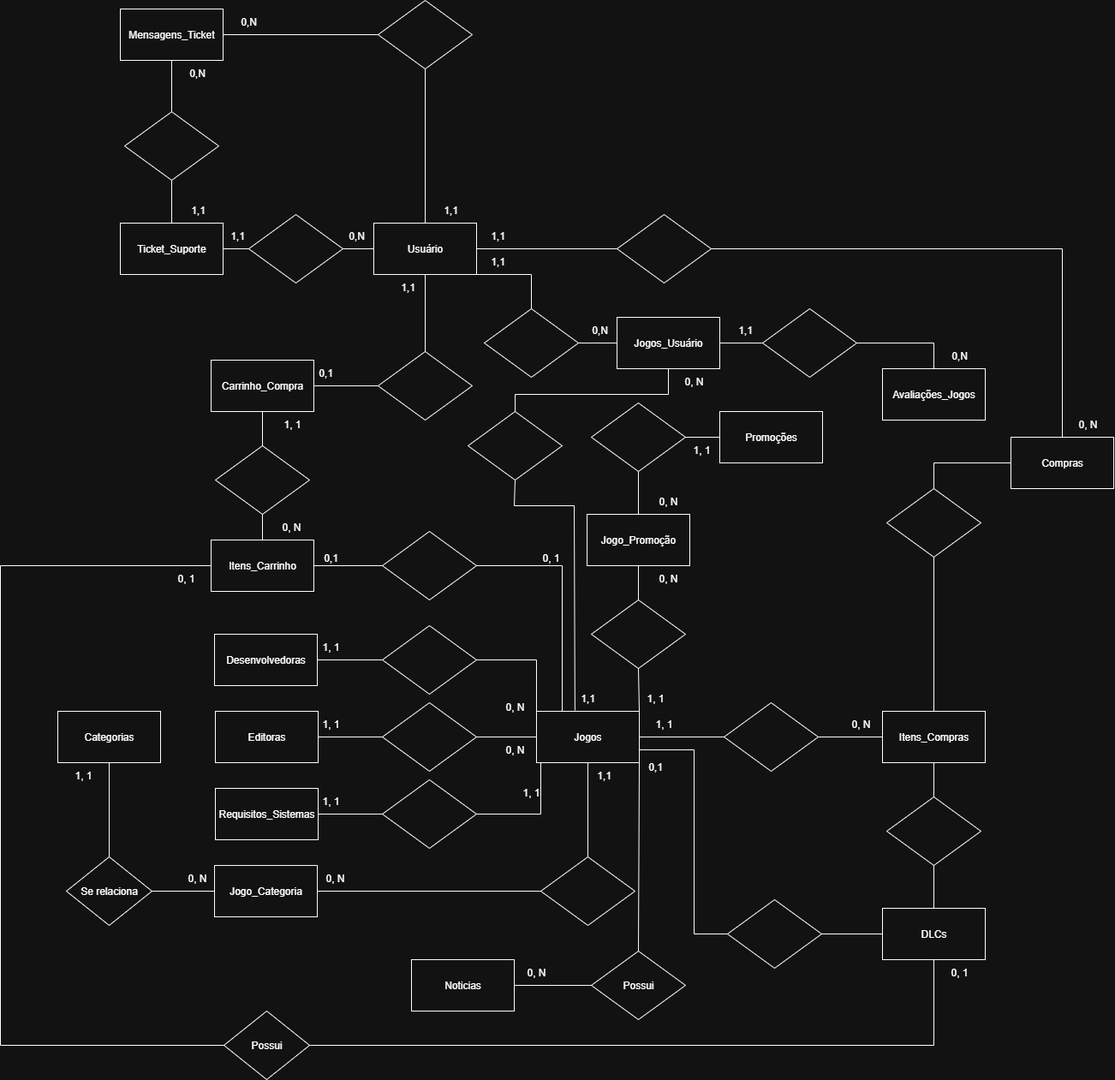
Before: modelo_conceitual/ModeloConceitual.drawio.png, a diagram exported from draw.io (jorgecoutinhobr/trabalho-bd-2). Source tidied: cells renumbered, new cells last; positions are measured from the earlier drawing's top-left corner, leaving out a move shared by most shapes.
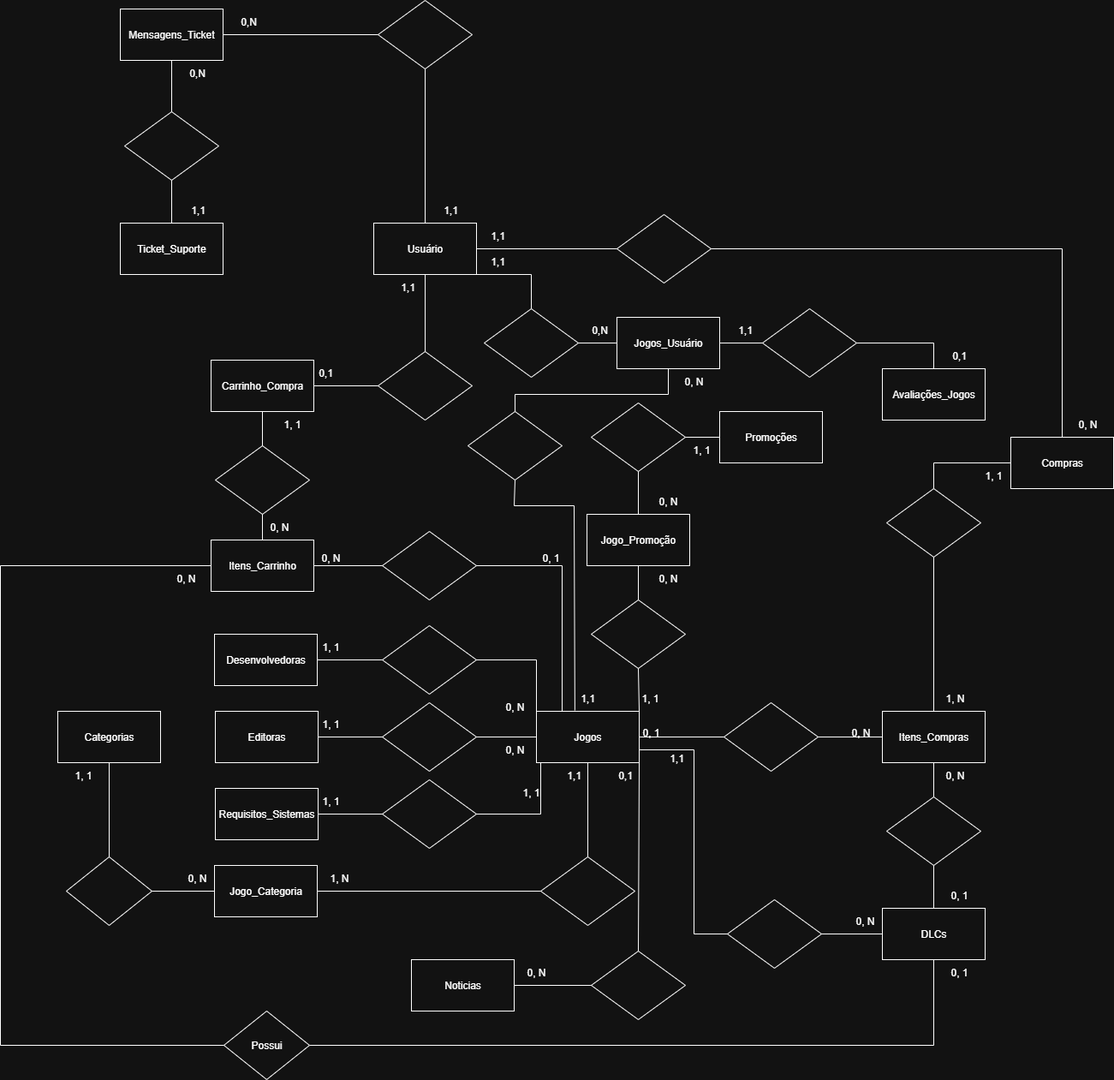
Later version of the same file.

Commit message:
Update modelo conceitual

What changed in the source:
```diff
@@ -124,13 +124,13 @@
     <mxCell id="39" style="endArrow=none;html=1;rounded=0;entryX=0.5;entryY=1;entryDx=0;entryDy=0;exitX=0.5;exitY=0;exitDx=0;exitDy=0;" parent="1" edge="1" source="9" target="36">
       <mxGeometry relative="1" as="geometry" />
     </mxCell>
-    <mxCell id="40" value="0, N" style="text;strokeColor=none;align=center;fillColor=none;html=1;verticalAlign=middle;whiteSpace=wrap;rounded=0;" parent="1" vertex="1">
-      <mxGeometry x="361" y="1010" width="60" height="30" as="geometry" />
+    <mxCell id="40" value="1, N" style="text;strokeColor=none;align=center;fillColor=none;html=1;verticalAlign=middle;whiteSpace=wrap;rounded=0;" parent="1" vertex="1">
+      <mxGeometry x="366" y="1010" width="60" height="30" as="geometry" />
     </mxCell>
     <mxCell id="41" value="1,1" style="text;strokeColor=none;align=center;fillColor=none;html=1;verticalAlign=middle;whiteSpace=wrap;rounded=0;" parent="1" vertex="1">
-      <mxGeometry x="675" y="890" width="60" height="30" as="geometry" />
+      <mxGeometry x="640" y="890" width="60" height="30" as="geometry" />
     </mxCell>
-    <mxCell id="42" value="Se relaciona" style="rhombus;whiteSpace=wrap;html=1;" parent="1" vertex="1">
+    <mxCell id="42" style="rhombus;whiteSpace=wrap;html=1;" parent="1" vertex="1">
       <mxGeometry x="77" y="1000" width="100" height="80" as="geometry" />
     </mxCell>
     <mxCell id="43" style="rhombus;whiteSpace=wrap;html=1;" parent="1" vertex="1">
@@ -294,7 +294,7 @@
         </Array>
       </mxGeometry>
     </mxCell>
-    <mxCell id="85" value="Possui" style="rhombus;whiteSpace=wrap;html=1;" parent="1" vertex="1">
+    <mxCell id="85" style="rhombus;whiteSpace=wrap;html=1;" parent="1" vertex="1">
       <mxGeometry x="690" y="1110" width="110" height="80" as="geometry" />
     </mxCell>
     <mxCell id="86" style="endArrow=none;html=1;rounded=0;exitX=1;exitY=0.5;exitDx=0;exitDy=0;entryX=0;entryY=0.5;entryDx=0;entryDy=0;" parent="1" edge="1" source="18" target="85">
@@ -303,17 +303,6 @@
     <mxCell id="87" style="endArrow=none;html=1;rounded=0;exitX=0.5;exitY=0;exitDx=0;exitDy=0;entryX=1;entryY=1;entryDx=0;entryDy=0;" parent="1" edge="1" source="85" target="3">
       <mxGeometry relative="1" as="geometry" />
     </mxCell>
-    <mxCell id="88" style="rhombus;whiteSpace=wrap;html=1;" parent="1" vertex="1">
-      <mxGeometry x="290" y="250" width="110" height="80" as="geometry" />
-    </mxCell>
-    <mxCell id="89" style="endArrow=none;html=1;rounded=0;exitX=1;exitY=0.5;exitDx=0;exitDy=0;entryX=0;entryY=0.5;entryDx=0;entryDy=0;" parent="1" edge="1" source="88" target="2">
-      <mxGeometry relative="1" as="geometry" />
-    </mxCell>
-    <mxCell id="90" style="endArrow=none;html=1;rounded=0;exitX=1;exitY=0.5;exitDx=0;exitDy=0;" parent="1" edge="1" source="19">
-      <mxGeometry relative="1" as="geometry">
-        <mxPoint x="290" y="290" as="targetPoint" />
-      </mxGeometry>
-    </mxCell>
     <mxCell id="91" style="rhombus;whiteSpace=wrap;html=1;" parent="1" vertex="1">
       <mxGeometry x="145" y="130" width="110" height="80" as="geometry" />
     </mxCell>
@@ -369,7 +358,7 @@
     <mxCell id="105" value="1,1" style="text;strokeColor=none;align=center;fillColor=none;html=1;verticalAlign=middle;whiteSpace=wrap;rounded=0;" parent="1" vertex="1">
       <mxGeometry x="551" y="290" width="60" height="30" as="geometry" />
     </mxCell>
-    <mxCell id="106" value="0,N" style="text;strokeColor=none;align=center;fillColor=none;html=1;verticalAlign=middle;whiteSpace=wrap;rounded=0;" parent="1" vertex="1">
+    <mxCell id="106" value="0,1" style="text;strokeColor=none;align=center;fillColor=none;html=1;verticalAlign=middle;whiteSpace=wrap;rounded=0;" parent="1" vertex="1">
       <mxGeometry x="1090" y="400" width="60" height="30" as="geometry" />
     </mxCell>
     <mxCell id="107" value="1,1" style="text;strokeColor=none;align=center;fillColor=none;html=1;verticalAlign=middle;whiteSpace=wrap;rounded=0;" parent="1" vertex="1">
@@ -378,15 +367,9 @@
     <mxCell id="108" value="0, 1" style="text;strokeColor=none;align=center;fillColor=none;html=1;verticalAlign=middle;whiteSpace=wrap;rounded=0;" parent="1" vertex="1">
       <mxGeometry x="1090" y="1120" width="60" height="30" as="geometry" />
     </mxCell>
-    <mxCell id="109" value="0, 1" style="text;strokeColor=none;align=center;fillColor=none;html=1;verticalAlign=middle;whiteSpace=wrap;rounded=0;" parent="1" vertex="1">
+    <mxCell id="109" value="0, N" style="text;strokeColor=none;align=center;fillColor=none;html=1;verticalAlign=middle;whiteSpace=wrap;rounded=0;" parent="1" vertex="1">
       <mxGeometry x="187" y="660" width="60" height="30" as="geometry" />
     </mxCell>
-    <mxCell id="110" value="0,N" style="text;strokeColor=none;align=center;fillColor=none;html=1;verticalAlign=middle;whiteSpace=wrap;rounded=0;" parent="1" vertex="1">
-      <mxGeometry x="386" y="260" width="60" height="30" as="geometry" />
-    </mxCell>
-    <mxCell id="111" value="1,1" style="text;strokeColor=none;align=center;fillColor=none;html=1;verticalAlign=middle;whiteSpace=wrap;rounded=0;" parent="1" vertex="1">
-      <mxGeometry x="247" y="260" width="60" height="30" as="geometry" />
-    </mxCell>
     <mxCell id="112" value="0,N" style="text;strokeColor=none;align=center;fillColor=none;html=1;verticalAlign=middle;whiteSpace=wrap;rounded=0;" parent="1" vertex="1">
       <mxGeometry x="200" y="70" width="60" height="30" as="geometry" />
     </mxCell>
@@ -397,19 +380,19 @@
       <mxGeometry x="596" y="1120" width="60" height="30" as="geometry" />
     </mxCell>
     <mxCell id="115" value="0,1" style="text;strokeColor=none;align=center;fillColor=none;html=1;verticalAlign=middle;whiteSpace=wrap;rounded=0;" parent="1" vertex="1">
-      <mxGeometry x="735" y="880" width="60" height="30" as="geometry" />
+      <mxGeometry x="700" y="890" width="60" height="30" as="geometry" />
     </mxCell>
     <mxCell id="116" value="0, N" style="text;strokeColor=none;align=center;fillColor=none;html=1;verticalAlign=middle;whiteSpace=wrap;rounded=0;" parent="1" vertex="1">
-      <mxGeometry x="975" y="830" width="60" height="30" as="geometry" />
+      <mxGeometry x="975" y="840" width="60" height="30" as="geometry" />
     </mxCell>
-    <mxCell id="117" value="1, 1" style="text;strokeColor=none;align=center;fillColor=none;html=1;verticalAlign=middle;whiteSpace=wrap;rounded=0;" parent="1" vertex="1">
-      <mxGeometry x="745" y="830" width="60" height="30" as="geometry" />
+    <mxCell id="117" value="0, 1" style="text;strokeColor=none;align=center;fillColor=none;html=1;verticalAlign=middle;whiteSpace=wrap;rounded=0;" parent="1" vertex="1">
+      <mxGeometry x="730" y="840" width="60" height="30" as="geometry" />
     </mxCell>
     <mxCell id="118" value="0, N" style="text;strokeColor=none;align=center;fillColor=none;html=1;verticalAlign=middle;whiteSpace=wrap;rounded=0;" parent="1" vertex="1">
       <mxGeometry x="750" y="660" width="60" height="30" as="geometry" />
     </mxCell>
     <mxCell id="119" value="1, 1" style="text;strokeColor=none;align=center;fillColor=none;html=1;verticalAlign=middle;whiteSpace=wrap;rounded=0;" parent="1" vertex="1">
-      <mxGeometry x="735" y="800" width="60" height="30" as="geometry" />
+      <mxGeometry x="729" y="800" width="60" height="30" as="geometry" />
     </mxCell>
     <mxCell id="120" value="0, N" style="text;strokeColor=none;align=center;fillColor=none;html=1;verticalAlign=middle;whiteSpace=wrap;rounded=0;" parent="1" vertex="1">
       <mxGeometry x="750" y="570" width="60" height="30" as="geometry" />
@@ -430,9 +413,9 @@
       <mxGeometry x="350" y="420" width="60" height="30" as="geometry" />
     </mxCell>
     <mxCell id="126" value="0, N" style="text;strokeColor=none;align=center;fillColor=none;html=1;verticalAlign=middle;whiteSpace=wrap;rounded=0;" parent="1" vertex="1">
-      <mxGeometry x="310" y="600" width="60" height="30" as="geometry" />
+      <mxGeometry x="296" y="600" width="60" height="30" as="geometry" />
     </mxCell>
-    <mxCell id="127" value="0,1" style="text;strokeColor=none;align=center;fillColor=none;html=1;verticalAlign=middle;whiteSpace=wrap;rounded=0;" parent="1" vertex="1">
+    <mxCell id="127" value="0, N" style="text;strokeColor=none;align=center;fillColor=none;html=1;verticalAlign=middle;whiteSpace=wrap;rounded=0;" parent="1" vertex="1">
       <mxGeometry x="356" y="636" width="60" height="30" as="geometry" />
     </mxCell>
     <mxCell id="128" value="0, 1" style="text;strokeColor=none;align=center;fillColor=none;html=1;verticalAlign=middle;whiteSpace=wrap;rounded=0;" parent="1" vertex="1">
@@ -441,5 +424,23 @@
     <mxCell id="129" value="1, 1" style="text;strokeColor=none;align=center;fillColor=none;html=1;verticalAlign=middle;whiteSpace=wrap;rounded=0;" parent="1" vertex="1">
       <mxGeometry x="311" y="480" width="60" height="30" as="geometry" />
     </mxCell>
+    <mxCell id="130" value="1, N" style="text;strokeColor=none;align=center;fillColor=none;html=1;verticalAlign=middle;whiteSpace=wrap;rounded=0;" parent="1" vertex="1">
+      <mxGeometry x="1085" y="800" width="60" height="30" as="geometry" />
+    </mxCell>
+    <mxCell id="131" value="1, 1" style="text;strokeColor=none;align=center;fillColor=none;html=1;verticalAlign=middle;whiteSpace=wrap;rounded=0;" parent="1" vertex="1">
+      <mxGeometry x="1130" y="540" width="60" height="30" as="geometry" />
+    </mxCell>
+    <mxCell id="132" value="0, 1" style="text;strokeColor=none;align=center;fillColor=none;html=1;verticalAlign=middle;whiteSpace=wrap;rounded=0;" parent="1" vertex="1">
+      <mxGeometry x="1090" y="1030" width="60" height="30" as="geometry" />
+    </mxCell>
+    <mxCell id="133" value="0, N" style="text;strokeColor=none;align=center;fillColor=none;html=1;verticalAlign=middle;whiteSpace=wrap;rounded=0;" parent="1" vertex="1">
+      <mxGeometry x="1085" y="890" width="60" height="30" as="geometry" />
+    </mxCell>
+    <mxCell id="134" value="0, N" style="text;strokeColor=none;align=center;fillColor=none;html=1;verticalAlign=middle;whiteSpace=wrap;rounded=0;" parent="1" vertex="1">
+      <mxGeometry x="980" y="1060" width="60" height="30" as="geometry" />
+    </mxCell>
+    <mxCell id="111" value="1,1" style="text;strokeColor=none;align=center;fillColor=none;html=1;verticalAlign=middle;whiteSpace=wrap;rounded=0;" parent="1" vertex="1">
+      <mxGeometry x="760" y="870" width="60" height="30" as="geometry" />
+    </mxCell>
   </root>
 </mxGraphModel>
```
